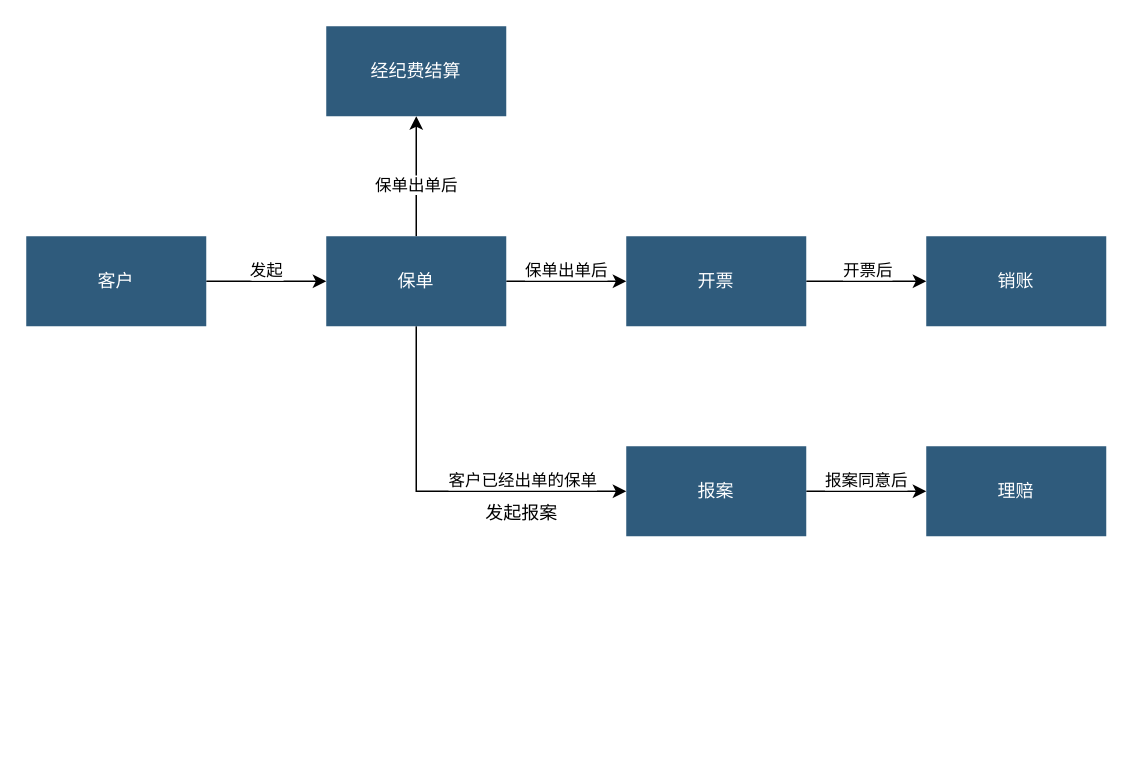
This is locc 投保.drawio from xiaoming728/draw, a draw.io file, before an edit. Source tidied: cells renumbered, new cells numbered last; positions are measured from the earlier drawing's top-left corner, leaving out a move shared by most shapes. Both pictures are drawn from the tidied source at 150%, with x=0, y=0 at pixel (26, 26).
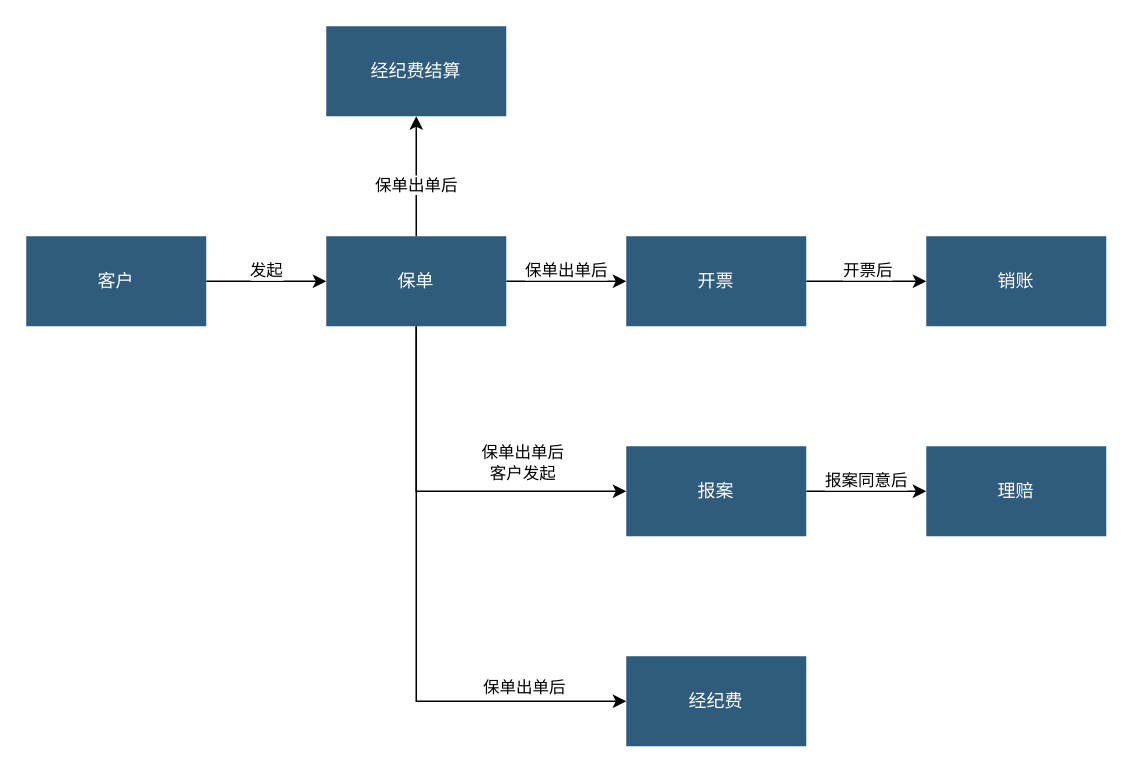
Above is the later version.

Unchanged cells that the change refers to:
```xml
<mxCell id="10" style="edgeStyle=orthogonalEdgeStyle;rounded=0;jettySize=auto;html=1;exitX=0.5;exitY=1;exitDx=0;exitDy=0;entryX=0;entryY=0.5;entryDx=0;entryDy=0;" parent="1" edge="1" source="12" target="19">
  <mxGeometry relative="1" as="geometry" />
</mxCell>
<mxCell id="12" value="保单" style="whiteSpace=wrap;shadow=0;fontColor=#FFFFFF;fontFamily=Helvetica;fontStyle=0;html=1;fontSize=12;plain-purple;strokeColor=none;fillColor=#2f5b7c;gradientColor=none;spacing=6;verticalAlign=middle;" parent="1" vertex="1">
  <mxGeometry x="200" y="140" width="120" height="60" as="geometry" />
</mxCell>
```

The edit, as a diff of the source:
```diff
@@
-    <mxCell id="11" value="客户已经出单的保单" style="edgeLabel;html=1;align=center;verticalAlign=middle;" parent="10" vertex="1">
+    <mxCell id="11" value="保单出单后&lt;div&gt;客户发起&lt;/div&gt;" style="edgeLabel;html=1;align=center;verticalAlign=middle;" parent="10" vertex="1">
       <mxGeometry x="0.34" y="-2" relative="1" as="geometry">
-        <mxPoint x="12" y="-10" as="offset" />
+        <mxPoint x="12" y="-22" as="offset" />
       </mxGeometry>
     </mxCell>
+    <mxCell id="23" style="edgeStyle=orthogonalEdgeStyle;rounded=0;jettySize=auto;html=1;exitX=0.5;exitY=1;exitDx=0;exitDy=0;entryX=0;entryY=0.5;entryDx=0;entryDy=0;" parent="1" edge="1" source="12" target="25">
+      <mxGeometry relative="1" as="geometry" />
+    </mxCell>
+    <mxCell id="24" value="保单出单后" style="edgeLabel;html=1;align=center;verticalAlign=middle;" parent="23" vertex="1">
+      <mxGeometry x="0.64" y="3" relative="1" as="geometry">
+        <mxPoint x="1" y="-7" as="offset" />
+      </mxGeometry>
+    </mxCell>
@@
-    <mxCell id="22" value="发起报案" style="text;html=1;align=center;verticalAlign=middle;strokeColor=none;fillColor=none;" parent="1" vertex="1">
-      <mxGeometry x="295" y="310" width="70" height="30" as="geometry" />
-    </mxCell>
+    <mxCell id="25" value="经纪费" style="whiteSpace=wrap;shadow=0;fontColor=#FFFFFF;fontFamily=Helvetica;fontStyle=0;html=1;fontSize=12;plain-purple;strokeColor=none;fillColor=#2f5b7c;gradientColor=none;spacing=6;verticalAlign=middle;" parent="1" vertex="1">
+      <mxGeometry x="400" y="420" width="120" height="60" as="geometry" />
+    </mxCell>
```
